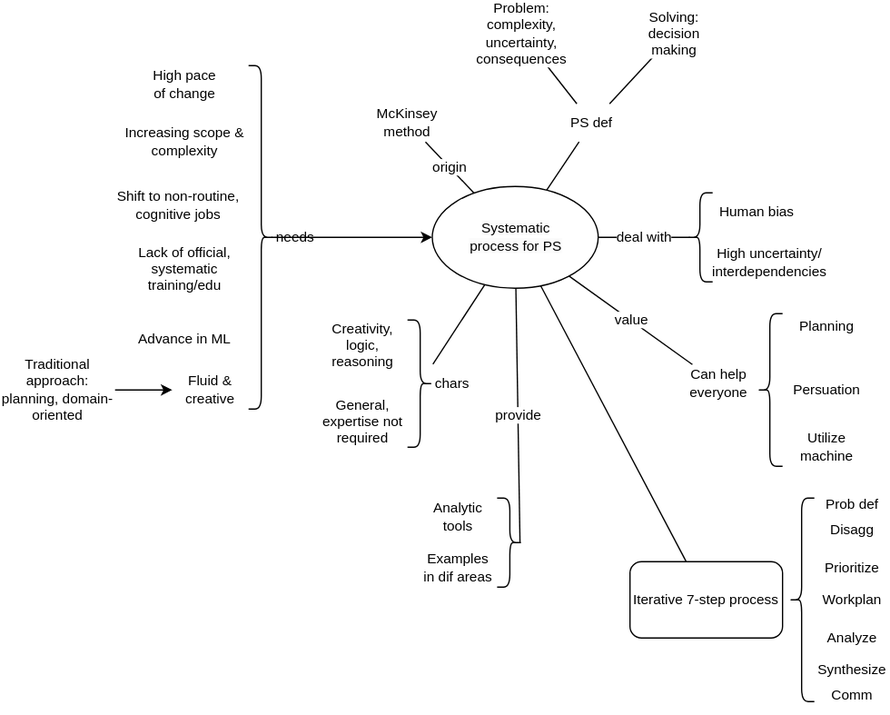
Above: practical/resources/bulletproof-problem-solving.drawio.svg in hungcq/knowledge-repo (draw.io), before the change. Source tidied: cells renumbered, new cells last; positions are measured from the earlier drawing's top-left corner, leaving out a move shared by most shapes.
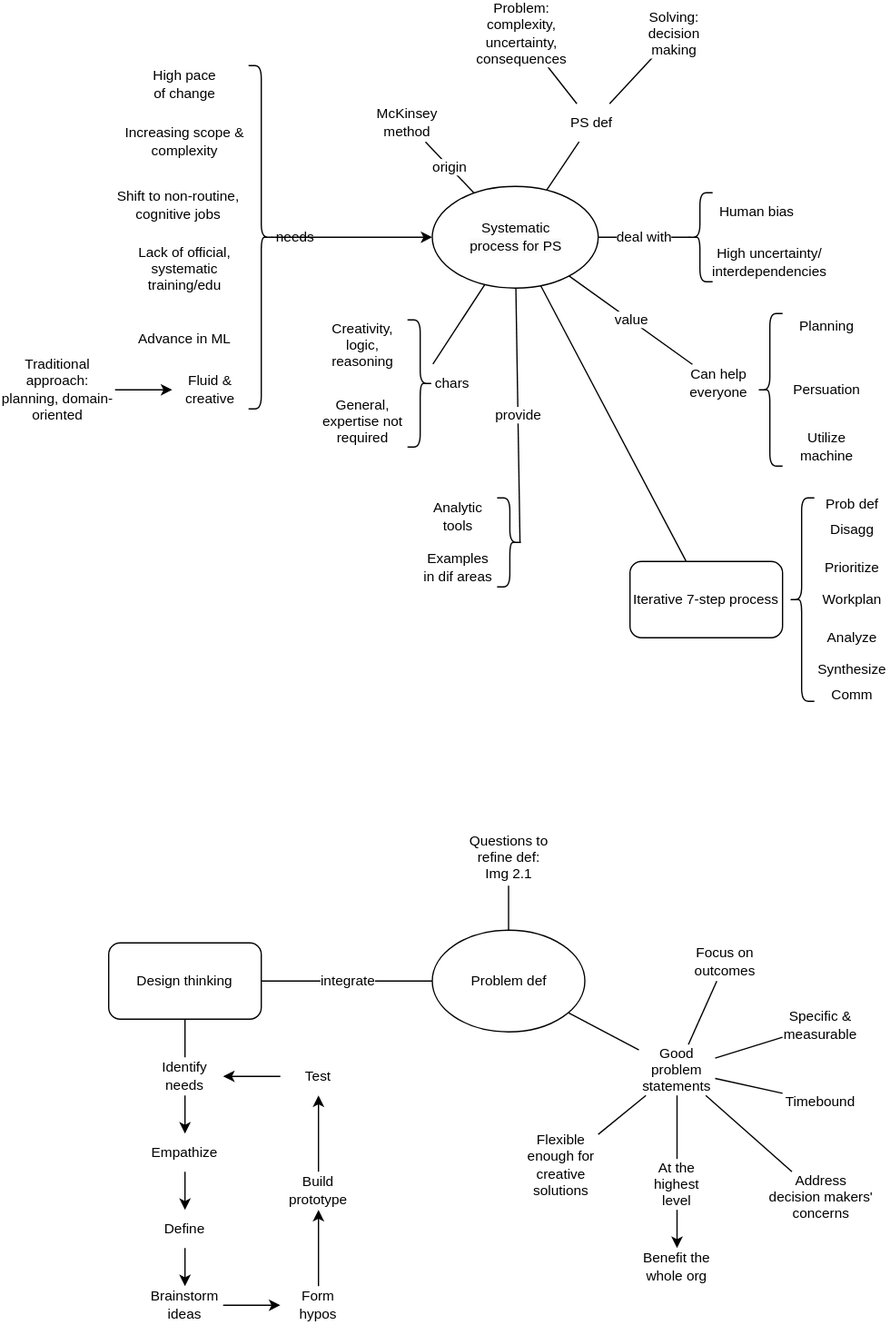
After the commit.

Diff of the diagram source:
```diff
@@ -143,5 +143,113 @@
     <mxCell id="48" value="Comm" style="text;html=1;align=center;verticalAlign=middle;whiteSpace=wrap;rounded=0;fontFamily=Helvetica;fontSize=11;fontColor=default;labelBackgroundColor=default;" parent="1" vertex="1">
       <mxGeometry x="640" y="530" width="60" height="30" as="geometry" />
     </mxCell>
+    <mxCell id="49" value="integrate" style="edgeStyle=none;rounded=0;jettySize=auto;html=1;strokeColor=default;align=center;verticalAlign=middle;fontFamily=Helvetica;fontSize=11;fontColor=default;labelBackgroundColor=default;endArrow=none;endFill=0;entryX=1;entryY=0.5;entryDx=0;entryDy=0;" parent="1" edge="1" source="52" target="54">
+      <mxGeometry relative="1" as="geometry" />
+    </mxCell>
+    <mxCell id="50" style="edgeStyle=none;rounded=0;jettySize=auto;html=1;strokeColor=default;align=center;verticalAlign=middle;fontFamily=Helvetica;fontSize=11;fontColor=default;labelBackgroundColor=default;endArrow=none;endFill=0;" parent="1" edge="1" source="52" target="69">
+      <mxGeometry relative="1" as="geometry" />
+    </mxCell>
+    <mxCell id="51" style="edgeStyle=none;rounded=0;jettySize=auto;html=1;strokeColor=default;align=center;verticalAlign=middle;fontFamily=Helvetica;fontSize=11;fontColor=default;labelBackgroundColor=default;endArrow=none;endFill=0;" parent="1" edge="1" source="52" target="76">
+      <mxGeometry relative="1" as="geometry" />
+    </mxCell>
+    <mxCell id="52" value="Problem def" style="ellipse;whiteSpace=wrap;html=1;fontFamily=Helvetica;fontSize=11;fontColor=default;labelBackgroundColor=default;" parent="1" vertex="1">
+      <mxGeometry x="339.5" y="730" width="120" height="80" as="geometry" />
+    </mxCell>
+    <mxCell id="53" style="edgeStyle=none;rounded=0;jettySize=auto;html=1;strokeColor=default;align=center;verticalAlign=middle;fontFamily=Helvetica;fontSize=11;fontColor=default;labelBackgroundColor=default;endArrow=none;endFill=0;" parent="1" edge="1" source="54" target="56">
+      <mxGeometry relative="1" as="geometry" />
+    </mxCell>
+    <mxCell id="54" value="&lt;span style=&quot;color: rgb(0, 0, 0); font-family: Helvetica; font-size: 11px; font-style: normal; font-variant-ligatures: normal; font-variant-caps: normal; font-weight: 400; letter-spacing: normal; orphans: 2; text-align: center; text-indent: 0px; text-transform: none; widows: 2; word-spacing: 0px; -webkit-text-stroke-width: 0px; white-space: normal; background-color: rgb(255, 255, 255); text-decoration-thickness: initial; text-decoration-style: initial; text-decoration-color: initial; display: inline !important; float: none;&quot;&gt;Design thinking&lt;/span&gt;" style="rounded=1;whiteSpace=wrap;html=1;fontFamily=Helvetica;fontSize=11;fontColor=default;labelBackgroundColor=default;" parent="1" vertex="1">
+      <mxGeometry x="85" y="740" width="120" height="60" as="geometry" />
+    </mxCell>
+    <mxCell id="55" style="edgeStyle=none;rounded=0;jettySize=auto;html=1;strokeColor=default;align=center;verticalAlign=middle;fontFamily=Helvetica;fontSize=11;fontColor=default;labelBackgroundColor=default;endArrow=classic;endFill=1;" parent="1" edge="1" source="56" target="58">
+      <mxGeometry relative="1" as="geometry" />
+    </mxCell>
+    <mxCell id="56" value="Identify needs" style="text;html=1;align=center;verticalAlign=middle;whiteSpace=wrap;rounded=0;fontFamily=Helvetica;fontSize=11;fontColor=default;labelBackgroundColor=default;" parent="1" vertex="1">
+      <mxGeometry x="115" y="830" width="60" height="30" as="geometry" />
+    </mxCell>
+    <mxCell id="57" style="edgeStyle=none;rounded=0;jettySize=auto;html=1;strokeColor=default;align=center;verticalAlign=middle;fontFamily=Helvetica;fontSize=11;fontColor=default;labelBackgroundColor=default;endArrow=classic;endFill=1;" parent="1" edge="1" source="58" target="60">
+      <mxGeometry relative="1" as="geometry" />
+    </mxCell>
+    <mxCell id="58" value="Empathize" style="text;html=1;align=center;verticalAlign=middle;whiteSpace=wrap;rounded=0;fontFamily=Helvetica;fontSize=11;fontColor=default;labelBackgroundColor=default;" parent="1" vertex="1">
+      <mxGeometry x="115" y="890" width="60" height="30" as="geometry" />
+    </mxCell>
+    <mxCell id="59" style="edgeStyle=none;rounded=0;jettySize=auto;html=1;strokeColor=default;align=center;verticalAlign=middle;fontFamily=Helvetica;fontSize=11;fontColor=default;labelBackgroundColor=default;endArrow=classic;endFill=1;" parent="1" edge="1" source="60" target="62">
+      <mxGeometry relative="1" as="geometry" />
+    </mxCell>
+    <mxCell id="60" value="Define" style="text;html=1;align=center;verticalAlign=middle;whiteSpace=wrap;rounded=0;fontFamily=Helvetica;fontSize=11;fontColor=default;labelBackgroundColor=default;" parent="1" vertex="1">
+      <mxGeometry x="115" y="950" width="60" height="30" as="geometry" />
+    </mxCell>
+    <mxCell id="61" style="edgeStyle=none;rounded=0;jettySize=auto;html=1;strokeColor=default;align=center;verticalAlign=middle;fontFamily=Helvetica;fontSize=11;fontColor=default;labelBackgroundColor=default;endArrow=classic;endFill=1;" parent="1" edge="1" source="62" target="64">
+      <mxGeometry relative="1" as="geometry" />
+    </mxCell>
+    <mxCell id="62" value="Brainstorm ideas" style="text;html=1;align=center;verticalAlign=middle;whiteSpace=wrap;rounded=0;fontFamily=Helvetica;fontSize=11;fontColor=default;labelBackgroundColor=default;" parent="1" vertex="1">
+      <mxGeometry x="115" y="1010" width="60" height="30" as="geometry" />
+    </mxCell>
+    <mxCell id="63" style="edgeStyle=none;rounded=0;jettySize=auto;html=1;strokeColor=default;align=center;verticalAlign=middle;fontFamily=Helvetica;fontSize=11;fontColor=default;labelBackgroundColor=default;endArrow=classic;endFill=1;" parent="1" edge="1" source="64" target="66">
+      <mxGeometry relative="1" as="geometry" />
+    </mxCell>
+    <mxCell id="64" value="Form hypos" style="text;html=1;align=center;verticalAlign=middle;whiteSpace=wrap;rounded=0;fontFamily=Helvetica;fontSize=11;fontColor=default;labelBackgroundColor=default;" parent="1" vertex="1">
+      <mxGeometry x="220" y="1010" width="60" height="30" as="geometry" />
+    </mxCell>
+    <mxCell id="65" style="edgeStyle=none;rounded=0;jettySize=auto;html=1;strokeColor=default;align=center;verticalAlign=middle;fontFamily=Helvetica;fontSize=11;fontColor=default;labelBackgroundColor=default;endArrow=classic;endFill=1;" parent="1" edge="1" source="66" target="68">
+      <mxGeometry relative="1" as="geometry" />
+    </mxCell>
+    <mxCell id="66" value="Build prototype" style="text;html=1;align=center;verticalAlign=middle;whiteSpace=wrap;rounded=0;fontFamily=Helvetica;fontSize=11;fontColor=default;labelBackgroundColor=default;" parent="1" vertex="1">
+      <mxGeometry x="220" y="920" width="60" height="30" as="geometry" />
+    </mxCell>
+    <mxCell id="67" style="edgeStyle=none;rounded=0;jettySize=auto;html=1;strokeColor=default;align=center;verticalAlign=middle;fontFamily=Helvetica;fontSize=11;fontColor=default;labelBackgroundColor=default;endArrow=classic;endFill=1;" parent="1" edge="1" source="68" target="56">
+      <mxGeometry relative="1" as="geometry" />
+    </mxCell>
+    <mxCell id="68" value="Test" style="text;html=1;align=center;verticalAlign=middle;whiteSpace=wrap;rounded=0;fontFamily=Helvetica;fontSize=11;fontColor=default;labelBackgroundColor=default;" parent="1" vertex="1">
+      <mxGeometry x="220" y="830" width="60" height="30" as="geometry" />
+    </mxCell>
+    <mxCell id="69" value="Questions to refine def:&lt;br&gt;Img 2.1" style="text;html=1;align=center;verticalAlign=middle;whiteSpace=wrap;rounded=0;fontFamily=Helvetica;fontSize=11;fontColor=default;labelBackgroundColor=default;" parent="1" vertex="1">
+      <mxGeometry x="364.5" y="650" width="70" height="45" as="geometry" />
+    </mxCell>
+    <mxCell id="70" style="edgeStyle=none;rounded=0;jettySize=auto;html=1;strokeColor=default;align=center;verticalAlign=middle;fontFamily=Helvetica;fontSize=11;fontColor=default;labelBackgroundColor=default;endArrow=none;endFill=0;" parent="1" edge="1" source="76" target="77">
+      <mxGeometry relative="1" as="geometry" />
+    </mxCell>
+    <mxCell id="71" style="edgeStyle=none;rounded=0;jettySize=auto;html=1;strokeColor=default;align=center;verticalAlign=middle;fontFamily=Helvetica;fontSize=11;fontColor=default;labelBackgroundColor=default;endArrow=none;endFill=0;" parent="1" edge="1" source="76" target="78">
+      <mxGeometry relative="1" as="geometry" />
+    </mxCell>
+    <mxCell id="72" style="edgeStyle=none;rounded=0;jettySize=auto;html=1;strokeColor=default;align=center;verticalAlign=middle;fontFamily=Helvetica;fontSize=11;fontColor=default;labelBackgroundColor=default;endArrow=none;endFill=0;" parent="1" edge="1" source="76" target="79">
+      <mxGeometry relative="1" as="geometry" />
+    </mxCell>
+    <mxCell id="73" style="edgeStyle=none;rounded=0;jettySize=auto;html=1;strokeColor=default;align=center;verticalAlign=middle;fontFamily=Helvetica;fontSize=11;fontColor=default;labelBackgroundColor=default;endArrow=none;endFill=0;" parent="1" edge="1" source="76" target="80">
+      <mxGeometry relative="1" as="geometry" />
+    </mxCell>
+    <mxCell id="74" style="edgeStyle=none;rounded=0;jettySize=auto;html=1;strokeColor=default;align=center;verticalAlign=middle;fontFamily=Helvetica;fontSize=11;fontColor=default;labelBackgroundColor=default;endArrow=none;endFill=0;" parent="1" edge="1" source="76" target="81">
+      <mxGeometry relative="1" as="geometry" />
+    </mxCell>
+    <mxCell id="75" style="edgeStyle=none;rounded=0;jettySize=auto;html=1;strokeColor=default;align=center;verticalAlign=middle;fontFamily=Helvetica;fontSize=11;fontColor=default;labelBackgroundColor=default;endArrow=none;endFill=0;" parent="1" edge="1" source="76" target="83">
+      <mxGeometry relative="1" as="geometry" />
+    </mxCell>
+    <mxCell id="76" value="Good problem statements" style="text;html=1;align=center;verticalAlign=middle;whiteSpace=wrap;rounded=0;fontFamily=Helvetica;fontSize=11;fontColor=default;labelBackgroundColor=default;" parent="1" vertex="1">
+      <mxGeometry x="502" y="820" width="60" height="40" as="geometry" />
+    </mxCell>
+    <mxCell id="77" value="Focus on outcomes" style="text;html=1;align=center;verticalAlign=middle;whiteSpace=wrap;rounded=0;fontFamily=Helvetica;fontSize=11;fontColor=default;labelBackgroundColor=default;" parent="1" vertex="1">
+      <mxGeometry x="540" y="740" width="60" height="30" as="geometry" />
+    </mxCell>
+    <mxCell id="78" value="Specific &amp;amp; measurable" style="text;html=1;align=center;verticalAlign=middle;whiteSpace=wrap;rounded=0;fontFamily=Helvetica;fontSize=11;fontColor=default;labelBackgroundColor=default;" parent="1" vertex="1">
+      <mxGeometry x="615" y="790" width="60" height="30" as="geometry" />
+    </mxCell>
+    <mxCell id="79" value="Timebound" style="text;html=1;align=center;verticalAlign=middle;whiteSpace=wrap;rounded=0;fontFamily=Helvetica;fontSize=11;fontColor=default;labelBackgroundColor=default;" parent="1" vertex="1">
+      <mxGeometry x="615" y="850" width="60" height="30" as="geometry" />
+    </mxCell>
+    <mxCell id="80" value="Address decision makers' concerns" style="text;html=1;align=center;verticalAlign=middle;whiteSpace=wrap;rounded=0;fontFamily=Helvetica;fontSize=11;fontColor=default;labelBackgroundColor=default;" parent="1" vertex="1">
+      <mxGeometry x="602.5" y="920" width="85" height="40" as="geometry" />
+    </mxCell>
+    <mxCell id="81" value="Flexible enough for creative solutions" style="text;html=1;align=center;verticalAlign=middle;whiteSpace=wrap;rounded=0;fontFamily=Helvetica;fontSize=11;fontColor=default;labelBackgroundColor=default;" parent="1" vertex="1">
+      <mxGeometry x="410.5" y="890" width="59.5" height="50" as="geometry" />
+    </mxCell>
+    <mxCell id="82" style="edgeStyle=none;rounded=0;jettySize=auto;html=1;strokeColor=default;align=center;verticalAlign=middle;fontFamily=Helvetica;fontSize=11;fontColor=default;labelBackgroundColor=default;endArrow=classic;endFill=1;" parent="1" edge="1" source="83" target="84">
+      <mxGeometry relative="1" as="geometry" />
+    </mxCell>
+    <mxCell id="83" value="At the highest level" style="text;html=1;align=center;verticalAlign=middle;whiteSpace=wrap;rounded=0;fontFamily=Helvetica;fontSize=11;fontColor=default;labelBackgroundColor=default;" parent="1" vertex="1">
+      <mxGeometry x="507" y="910" width="50" height="40" as="geometry" />
+    </mxCell>
+    <mxCell id="84" value="Benefit the whole org" style="text;html=1;align=center;verticalAlign=middle;whiteSpace=wrap;rounded=0;fontFamily=Helvetica;fontSize=11;fontColor=default;labelBackgroundColor=default;" parent="1" vertex="1">
+      <mxGeometry x="502" y="980" width="60" height="30" as="geometry" />
+    </mxCell>
   </root>
 </mxGraphModel>
```
